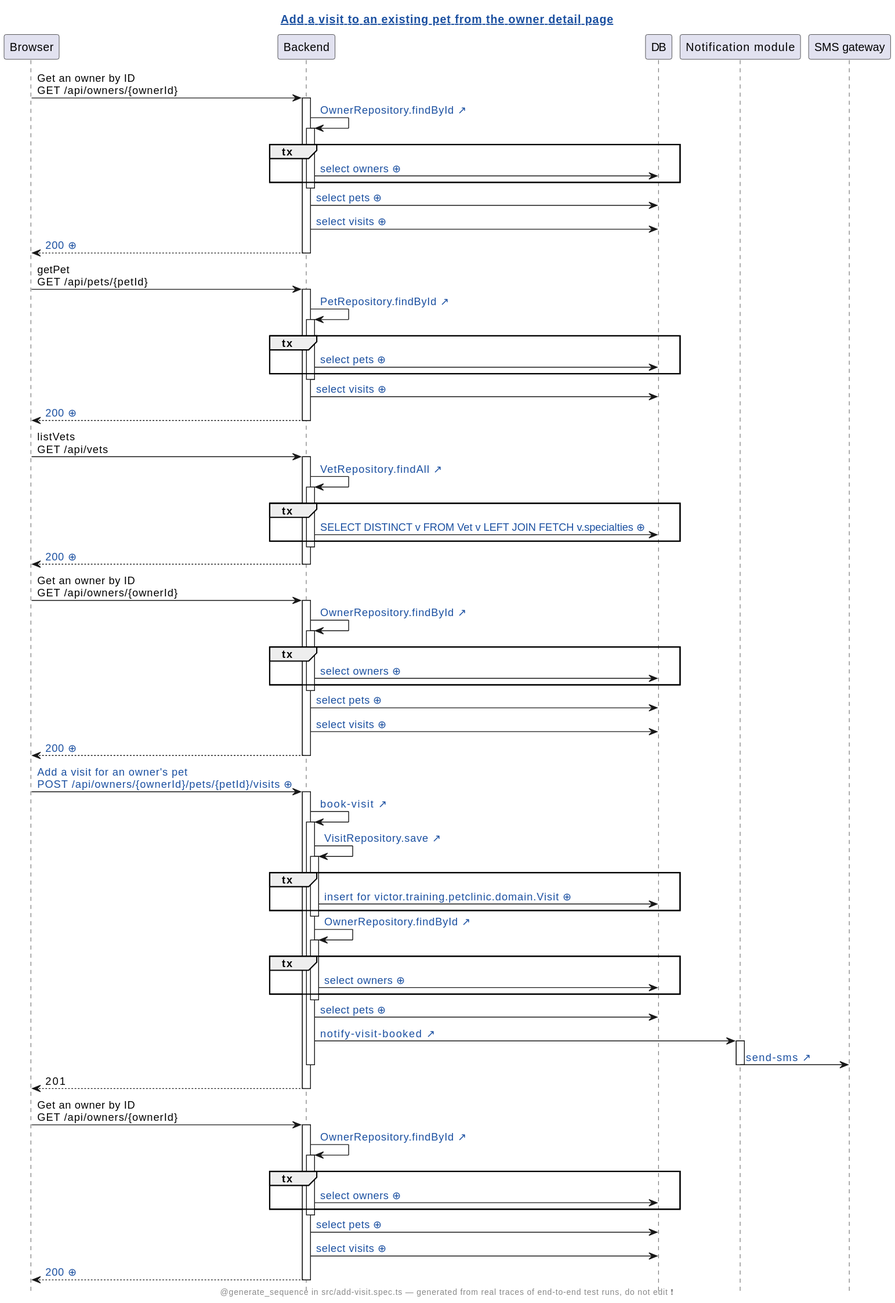
Before: demo/petclinic-pr/assets/diagrams/petclinic-test_generated_add-visit.spec.ts.add-a-visit-to-an-existing-pet-from-the-owner-detail-page.genseq.new.svg, a diagram exported from PlantUML (victorrentea/human-review).
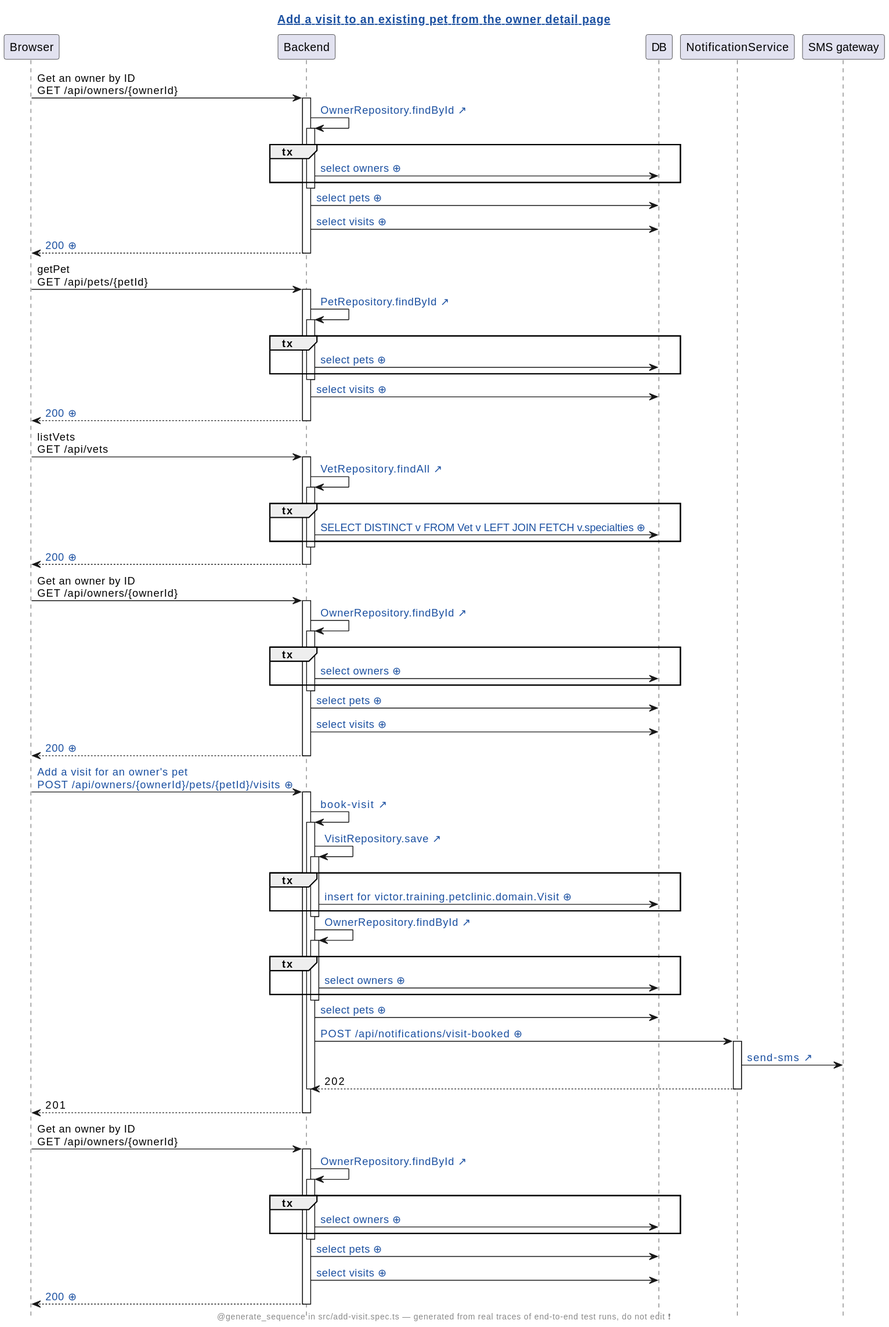
Above is the later version.

What changed in the source:
```diff
@@ -7,7 +7,7 @@
 participant Browser
 participant Backend
 participant DB
-participant "Notification module"
+participant NotificationService
 participant "SMS gateway"
 Browser -> Backend: Get an owner by ID\nGET /api/owners/{ownerId}
 activate Backend
@@ -54,14 +54,14 @@
 Backend -> DB: [[genseq://1eq1h2q{Click for the statement behind this call} select visits ⊕]]
 Backend --> Browser: [[genseq://0tvg3tn{Click for this call’s JSON body} 200 ⊕]]
 deactivate Backend
-Browser -> Backend: [[genseq://06reo0d{Click for this call’s JSON body} Add a visit for an owner's pet\nPOST /api/owners/{ownerId}/pets/{petId}/visits ⊕]]
+Browser -> Backend: [[genseq://1qey6ns{Click for this call’s JSON body} Add a visit for an owner's pet\nPOST /api/owners/{ownerId}/pets/{petId}/visits ⊕]]
 activate Backend
 Backend -> Backend: [[src://petclinic-backend/src/main/java/victor/training/petclinic/rest/OwnerRestController.java:191{Click to open OwnerRestController.bookVisit} book-visit ↗]]
 activate Backend
 Backend -> Backend: [[src://petclinic-backend/src/main/java/victor/training/petclinic/repository/VisitRepository.java:14{Click to open VisitRepository.save} VisitRepository.save ↗]]
 activate Backend
 group tx
-Backend -> DB: [[genseq://0mgbrlu{Click for the statement behind this call} insert for victor.training.petclinic.domain.Visit ⊕]]
+Backend -> DB: [[genseq://0i6kn47{Click for the statement behind this call} insert for victor.training.petclinic.domain.Visit ⊕]]
 end
 deactivate Backend
 Backend -> Backend: [[src://petclinic-backend/src/main/java/victor/training/petclinic/repository/OwnerRepository.java:14{Click to open OwnerRepository.findById} OwnerRepository.findById ↗]]
@@ -71,10 +71,11 @@
 end
 deactivate Backend
 Backend -> DB: [[genseq://18567ho{Click for the statement behind this call} select pets ⊕]]
-Backend -> "Notification module": [[src://petclinic-backend/src/main/java/victor/training/petclinic/notification/FakeSmsNotificationSender.java:45{Click to open FakeSmsNotificationSender.visitBooked} notify-visit-booked ↗]]
-activate "Notification module"
-"Notification module" -> "SMS gateway": [[src://petclinic-backend/src/main/java/victor/training/petclinic/notification/FakeSmsNotificationSender.java:47{Click to open FakeSmsNotificationSender.sendSms} send-sms ↗]]
-deactivate "Notification module"
+Backend -> NotificationService: [[genseq://1cfd0z0{Click for this call’s JSON body} POST /api/notifications/visit-booked ⊕]]
+activate NotificationService
+NotificationService -> "SMS gateway": [[src://notification-service/src/main/java/victor/training/notification/SmsGateway.java:23{Click to open SmsGateway.send} send-sms ↗]]
+NotificationService --> Backend: 202
+deactivate NotificationService
 deactivate Backend
 Backend --> Browser: 201
 deactivate Backend
@@ -88,6 +89,6 @@
 deactivate Backend
 Backend -> DB: [[genseq://18567ho{Click for the statement behind this call} select pets ⊕]]
 Backend -> DB: [[genseq://1eq1h2q{Click for the statement behind this call} select visits ⊕]]
-Backend --> Browser: [[genseq://0ilsnr9{Click for this call’s JSON body} 200 ⊕]]
+Backend --> Browser: [[genseq://02yixe9{Click for this call’s JSON body} 200 ⊕]]
 deactivate Backend
 @enduml
```
